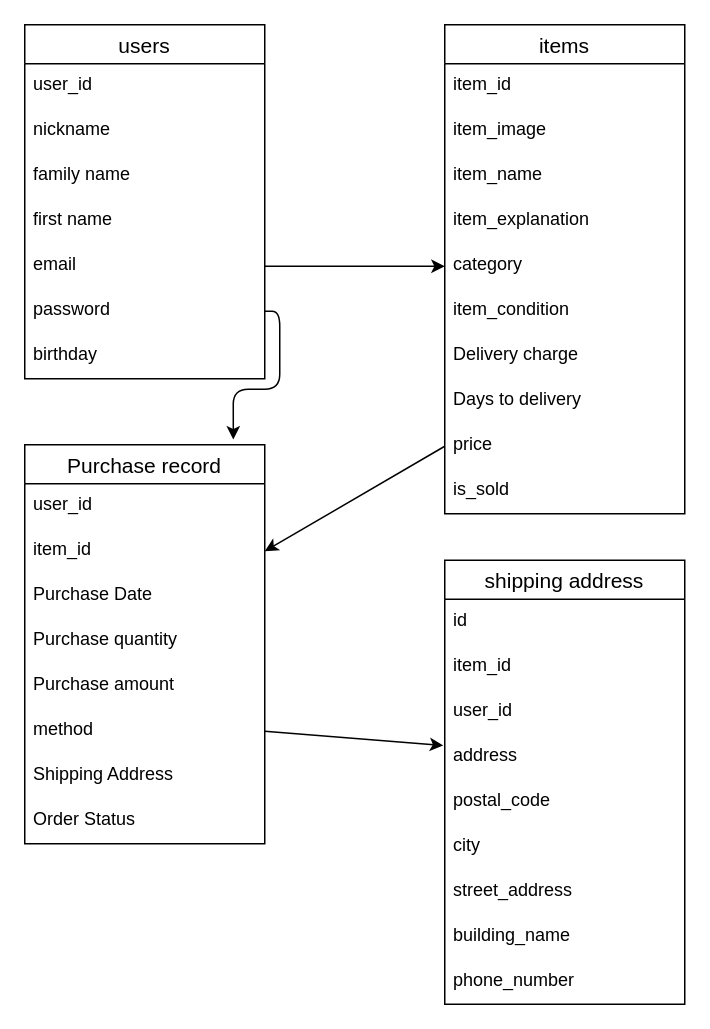
Before: furima.dio in crufn/furima-38169, a draw.io diagram. Source tidied: cells renumbered, new cells numbered last; positions are measured from the earlier drawing's top-left corner, leaving out a move shared by most shapes. Both pictures are drawn from the tidied source at 150%, with x=0, y=0 at pixel (24, 24).
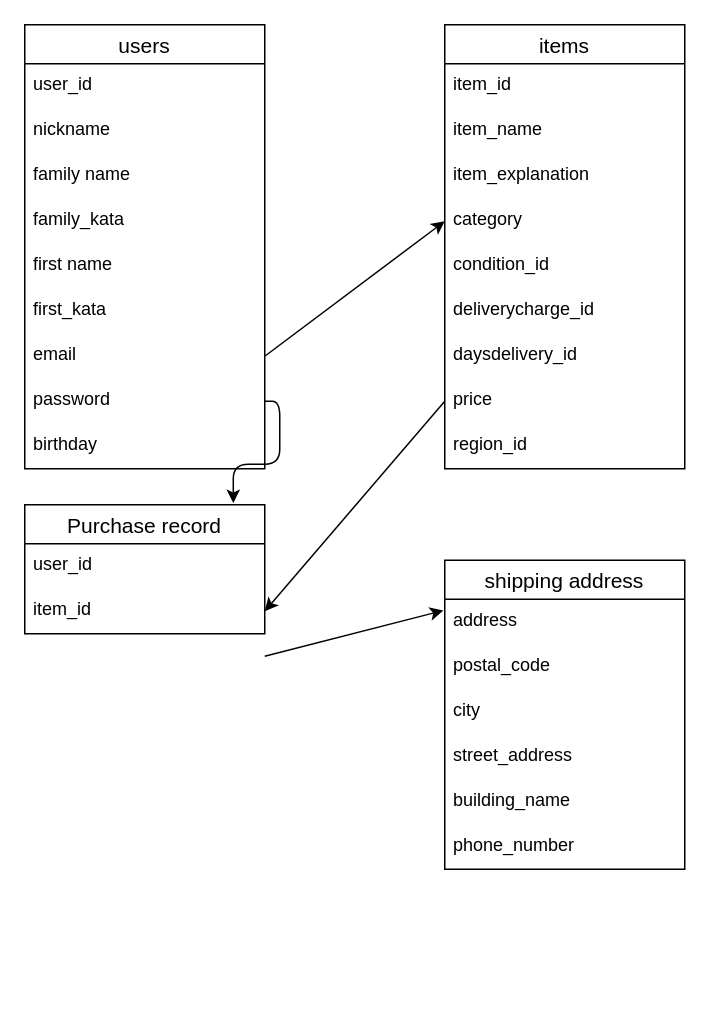
After the change.

What changed in the source:
```diff
@@
     <mxCell id="2" value="users" style="swimlane;fontStyle=0;horizontal=1;startSize=26;align=center;fontSize=14;" parent="1" vertex="1">
-      <mxGeometry width="160" height="236" as="geometry" />
+      <mxGeometry width="160" height="296" as="geometry" />
     </mxCell>
@@
+    <mxCell id="44" value="family_kata" style="text;strokeColor=none;fillColor=none;spacingLeft=4;spacingRight=4;overflow=hidden;fontSize=12;" parent="2" vertex="1">
+      <mxGeometry y="116" width="160" height="30" as="geometry" />
+    </mxCell>
     <mxCell id="6" value="first name" style="text;strokeColor=none;fillColor=none;spacingLeft=4;spacingRight=4;overflow=hidden;fontSize=12;" parent="2" vertex="1">
-      <mxGeometry y="116" width="160" height="30" as="geometry" />
+      <mxGeometry y="146" width="160" height="30" as="geometry" />
     </mxCell>
+    <mxCell id="45" value="first_kata" style="text;strokeColor=none;fillColor=none;spacingLeft=4;spacingRight=4;overflow=hidden;fontSize=12;" parent="2" vertex="1">
+      <mxGeometry y="176" width="160" height="30" as="geometry" />
+    </mxCell>
     <mxCell id="7" value="email" style="text;strokeColor=none;fillColor=none;spacingLeft=4;spacingRight=4;overflow=hidden;points=[[0,0.5],[1,0.5]];portConstraint=eastwest;fontSize=12;" parent="2" vertex="1">
-      <mxGeometry y="146" width="160" height="30" as="geometry" />
+      <mxGeometry y="206" width="160" height="30" as="geometry" />
     </mxCell>
     <mxCell id="8" value="password" style="text;strokeColor=none;fillColor=none;spacingLeft=4;spacingRight=4;overflow=hidden;points=[[0,0.5],[1,0.5]];portConstraint=eastwest;fontSize=12;" parent="2" vertex="1">
-      <mxGeometry y="176" width="160" height="30" as="geometry" />
+      <mxGeometry y="236" width="160" height="30" as="geometry" />
     </mxCell>
     <mxCell id="9" value="birthday" style="text;strokeColor=none;fillColor=none;spacingLeft=4;spacingRight=4;overflow=hidden;fontSize=12;" parent="2" vertex="1">
-      <mxGeometry y="206" width="160" height="30" as="geometry" />
+      <mxGeometry y="266" width="160" height="30" as="geometry" />
     </mxCell>
     <mxCell id="10" value="items" style="swimlane;fontStyle=0;horizontal=1;startSize=26;align=center;fontSize=14;" parent="1" vertex="1">
-      <mxGeometry x="280" width="160" height="326" as="geometry" />
+      <mxGeometry x="280" width="160" height="296" as="geometry" />
     </mxCell>
@@
-    <mxCell id="12" value="item_image" style="text;strokeColor=none;fillColor=none;spacingLeft=4;spacingRight=4;overflow=hidden;fontSize=12;" parent="10" vertex="1">
-      <mxGeometry y="56" width="160" height="30" as="geometry" />
-    </mxCell>
     <mxCell id="13" value="item_name" style="text;strokeColor=none;fillColor=none;spacingLeft=4;spacingRight=4;overflow=hidden;fontSize=12;" parent="10" vertex="1">
-      <mxGeometry y="86" width="160" height="30" as="geometry" />
+      <mxGeometry y="56" width="160" height="30" as="geometry" />
     </mxCell>
     <mxCell id="14" value="item_explanation" style="text;strokeColor=none;fillColor=none;spacingLeft=4;spacingRight=4;overflow=hidden;fontSize=12;" parent="10" vertex="1">
-      <mxGeometry y="116" width="160" height="30" as="geometry" />
+      <mxGeometry y="86" width="160" height="30" as="geometry" />
     </mxCell>
     <mxCell id="15" value="category" style="text;strokeColor=none;fillColor=none;spacingLeft=4;spacingRight=4;overflow=hidden;points=[[0,0.5],[1,0.5]];portConstraint=eastwest;fontSize=12;" parent="10" vertex="1">
-      <mxGeometry y="146" width="160" height="30" as="geometry" />
+      <mxGeometry y="116" width="160" height="30" as="geometry" />
     </mxCell>
-    <mxCell id="16" value="item_condition" style="text;strokeColor=none;fillColor=none;spacingLeft=4;spacingRight=4;overflow=hidden;fontSize=12;" parent="10" vertex="1">
-      <mxGeometry y="176" width="160" height="30" as="geometry" />
+    <mxCell id="16" value="condition_id" style="text;strokeColor=none;fillColor=none;spacingLeft=4;spacingRight=4;overflow=hidden;fontSize=12;" parent="10" vertex="1">
+      <mxGeometry y="146" width="160" height="30" as="geometry" />
     </mxCell>
-    <mxCell id="17" value="Delivery charge" style="text;strokeColor=none;fillColor=none;spacingLeft=4;spacingRight=4;overflow=hidden;fontSize=12;" parent="10" vertex="1">
-      <mxGeometry y="206" width="160" height="30" as="geometry" />
+    <mxCell id="17" value="deliverycharge_id" style="text;strokeColor=none;fillColor=none;spacingLeft=4;spacingRight=4;overflow=hidden;fontSize=12;" parent="10" vertex="1">
+      <mxGeometry y="176" width="160" height="30" as="geometry" />
     </mxCell>
-    <mxCell id="18" value="Days to delivery" style="text;strokeColor=none;fillColor=none;spacingLeft=4;spacingRight=4;overflow=hidden;fontSize=12;" parent="10" vertex="1">
-      <mxGeometry y="236" width="160" height="30" as="geometry" />
+    <mxCell id="18" value="daysdelivery_id" style="text;strokeColor=none;fillColor=none;spacingLeft=4;spacingRight=4;overflow=hidden;fontSize=12;" parent="10" vertex="1">
+      <mxGeometry y="206" width="160" height="30" as="geometry" />
     </mxCell>
     <mxCell id="19" value="price" style="text;strokeColor=none;fillColor=none;spacingLeft=4;spacingRight=4;overflow=hidden;points=[[0,0.5],[1,0.5]];portConstraint=eastwest;fontSize=12;" parent="10" vertex="1">
-      <mxGeometry y="266" width="160" height="30" as="geometry" />
+      <mxGeometry y="236" width="160" height="30" as="geometry" />
     </mxCell>
-    <mxCell id="20" value="is_sold" style="text;strokeColor=none;fillColor=none;spacingLeft=4;spacingRight=4;overflow=hidden;fontSize=12;" parent="10" vertex="1">
-      <mxGeometry y="296" width="160" height="30" as="geometry" />
+    <mxCell id="20" value="region_id" style="text;strokeColor=none;fillColor=none;spacingLeft=4;spacingRight=4;overflow=hidden;fontSize=12;" parent="10" vertex="1">
+      <mxGeometry y="266" width="160" height="30" as="geometry" />
     </mxCell>
     <mxCell id="21" value="shipping address" style="swimlane;fontStyle=0;horizontal=1;startSize=26;align=center;fontSize=14;" parent="1" vertex="1">
-      <mxGeometry x="280" y="357" width="160" height="296" as="geometry" />
+      <mxGeometry x="280" y="357" width="160" height="206" as="geometry" />
     </mxCell>
-    <mxCell id="22" value="id" style="text;strokeColor=none;fillColor=none;spacingLeft=4;spacingRight=4;overflow=hidden;fontSize=12;" parent="21" vertex="1">
-      <mxGeometry y="26" width="160" height="30" as="geometry" />
-    </mxCell>
-    <mxCell id="23" value="item_id" style="text;strokeColor=none;fillColor=none;spacingLeft=4;spacingRight=4;overflow=hidden;fontSize=12;" parent="21" vertex="1">
-      <mxGeometry y="56" width="160" height="30" as="geometry" />
-    </mxCell>
-    <mxCell id="24" value="user_id" style="text;strokeColor=none;fillColor=none;spacingLeft=4;spacingRight=4;overflow=hidden;fontSize=12;" parent="21" vertex="1">
-      <mxGeometry y="86" width="160" height="30" as="geometry" />
-    </mxCell>
     <mxCell id="25" value="address" style="text;strokeColor=none;fillColor=none;spacingLeft=4;spacingRight=4;overflow=hidden;points=[[0,0.5],[1,0.5]];portConstraint=eastwest;fontSize=12;" parent="21" vertex="1">
-      <mxGeometry y="116" width="160" height="30" as="geometry" />
+      <mxGeometry y="26" width="160" height="30" as="geometry" />
     </mxCell>
     <mxCell id="26" value="postal_code" style="text;strokeColor=none;fillColor=none;spacingLeft=4;spacingRight=4;overflow=hidden;fontSize=12;" parent="21" vertex="1">
-      <mxGeometry y="146" width="160" height="30" as="geometry" />
+      <mxGeometry y="56" width="160" height="30" as="geometry" />
     </mxCell>
     <mxCell id="27" value="city" style="text;strokeColor=none;fillColor=none;spacingLeft=4;spacingRight=4;overflow=hidden;fontSize=12;" parent="21" vertex="1">
-      <mxGeometry y="176" width="160" height="30" as="geometry" />
+      <mxGeometry y="86" width="160" height="30" as="geometry" />
     </mxCell>
     <mxCell id="28" value="street_address" style="text;strokeColor=none;fillColor=none;spacingLeft=4;spacingRight=4;overflow=hidden;fontSize=12;" parent="21" vertex="1">
-      <mxGeometry y="206" width="160" height="30" as="geometry" />
+      <mxGeometry y="116" width="160" height="30" as="geometry" />
     </mxCell>
     <mxCell id="29" value="building_name" style="text;strokeColor=none;fillColor=none;spacingLeft=4;spacingRight=4;overflow=hidden;fontSize=12;" parent="21" vertex="1">
-      <mxGeometry y="236" width="160" height="30" as="geometry" />
+      <mxGeometry y="146" width="160" height="30" as="geometry" />
     </mxCell>
     <mxCell id="30" value="phone_number" style="text;strokeColor=none;fillColor=none;spacingLeft=4;spacingRight=4;overflow=hidden;fontSize=12;" parent="21" vertex="1">
-      <mxGeometry y="266" width="160" height="30" as="geometry" />
+      <mxGeometry y="176" width="160" height="30" as="geometry" />
     </mxCell>
     <mxCell id="31" value="Purchase record" style="swimlane;fontStyle=0;horizontal=1;startSize=26;align=center;fontSize=14;" parent="1" vertex="1">
-      <mxGeometry y="280" width="160" height="266" as="geometry" />
+      <mxGeometry y="320" width="160" height="86" as="geometry" />
     </mxCell>
@@
-    <mxCell id="34" value="Purchase Date" style="text;strokeColor=none;fillColor=none;spacingLeft=4;spacingRight=4;overflow=hidden;fontSize=12;" parent="31" vertex="1">
-      <mxGeometry y="86" width="160" height="30" as="geometry" />
-    </mxCell>
-    <mxCell id="35" value="Purchase quantity" style="text;strokeColor=none;fillColor=none;spacingLeft=4;spacingRight=4;overflow=hidden;fontSize=12;" parent="31" vertex="1">
-      <mxGeometry y="116" width="160" height="30" as="geometry" />
-    </mxCell>
-    <mxCell id="36" value="Purchase amount" style="text;strokeColor=none;fillColor=none;spacingLeft=4;spacingRight=4;overflow=hidden;fontSize=12;" parent="31" vertex="1">
-      <mxGeometry y="146" width="160" height="30" as="geometry" />
-    </mxCell>
-    <mxCell id="37" value="method" style="text;strokeColor=none;fillColor=none;spacingLeft=4;spacingRight=4;overflow=hidden;points=[[0,0.5],[1,0.5]];portConstraint=eastwest;fontSize=12;" parent="31" vertex="1">
-      <mxGeometry y="176" width="160" height="30" as="geometry" />
-    </mxCell>
-    <mxCell id="38" value="Shipping Address" style="text;strokeColor=none;fillColor=none;spacingLeft=4;spacingRight=4;overflow=hidden;fontSize=12;" parent="31" vertex="1">
-      <mxGeometry y="206" width="160" height="30" as="geometry" />
-    </mxCell>
-    <mxCell id="39" value="Order Status" style="text;strokeColor=none;fillColor=none;spacingLeft=4;spacingRight=4;overflow=hidden;fontSize=12;" parent="31" vertex="1">
-      <mxGeometry y="236" width="160" height="30" as="geometry" />
-    </mxCell>
@@
-    <mxCell id="43" style="edgeStyle=none;html=1;exitX=1;exitY=0.5;exitDx=0;exitDy=0;entryX=-0.006;entryY=0.25;entryDx=0;entryDy=0;entryPerimeter=0;" parent="1" edge="1" source="37" target="25">
-      <mxGeometry relative="1" as="geometry" />
+    <mxCell id="43" style="edgeStyle=none;html=1;exitX=1;exitY=0.5;exitDx=0;exitDy=0;entryX=-0.006;entryY=0.25;entryDx=0;entryDy=0;entryPerimeter=0;" parent="1" edge="1" target="25">
+      <mxGeometry relative="1" as="geometry">
+        <mxPoint x="160" y="421" as="sourcePoint" />
+      </mxGeometry>
     </mxCell>
```
